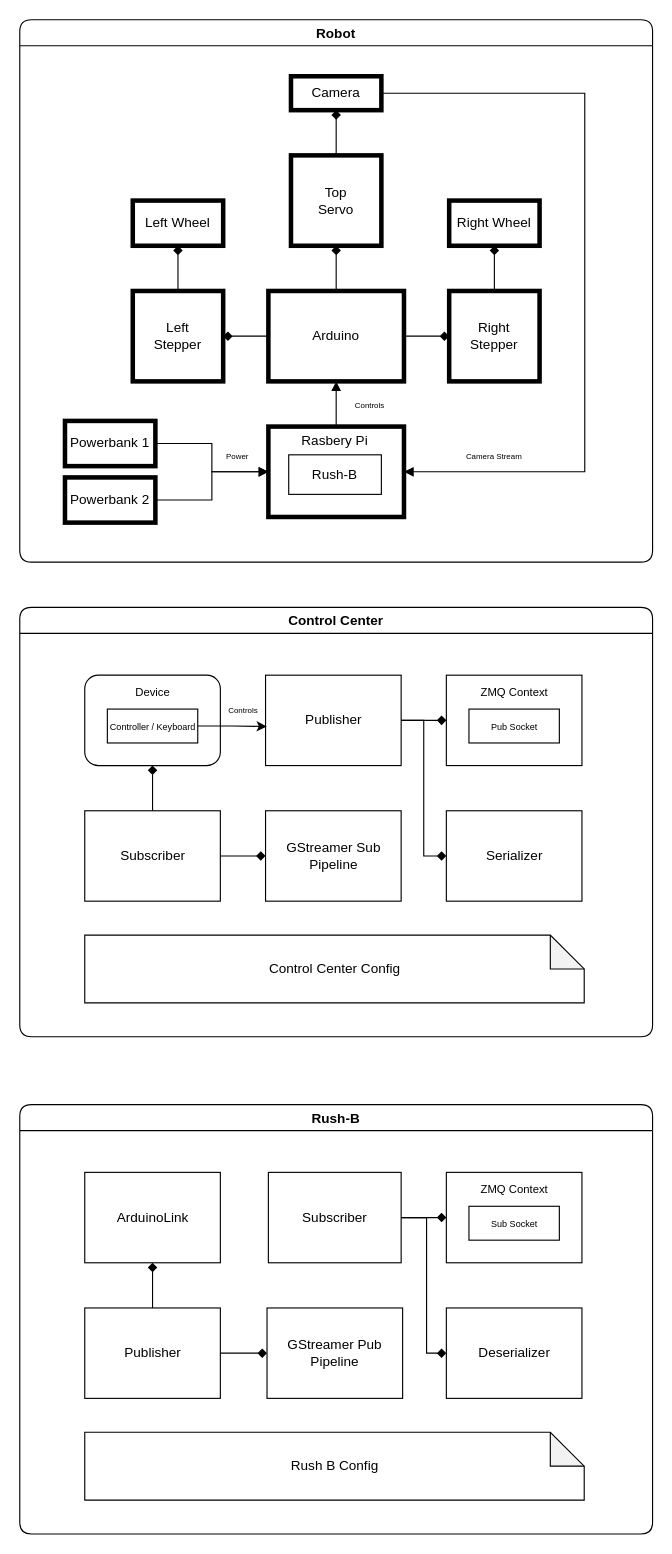
Earlier version of the draw.io diagram page "Architecture" (2 of 5) of docs/diagrams/Design.drawio (GjergjiSh/Rush-B). Source tidied: cells renumbered, new cells numbered last; positions are measured from the earlier drawing's top-left corner, leaving out a move shared by most shapes. Both pictures are drawn from the tidied source at 113%, with x=0, y=0 at pixel (19, 19).
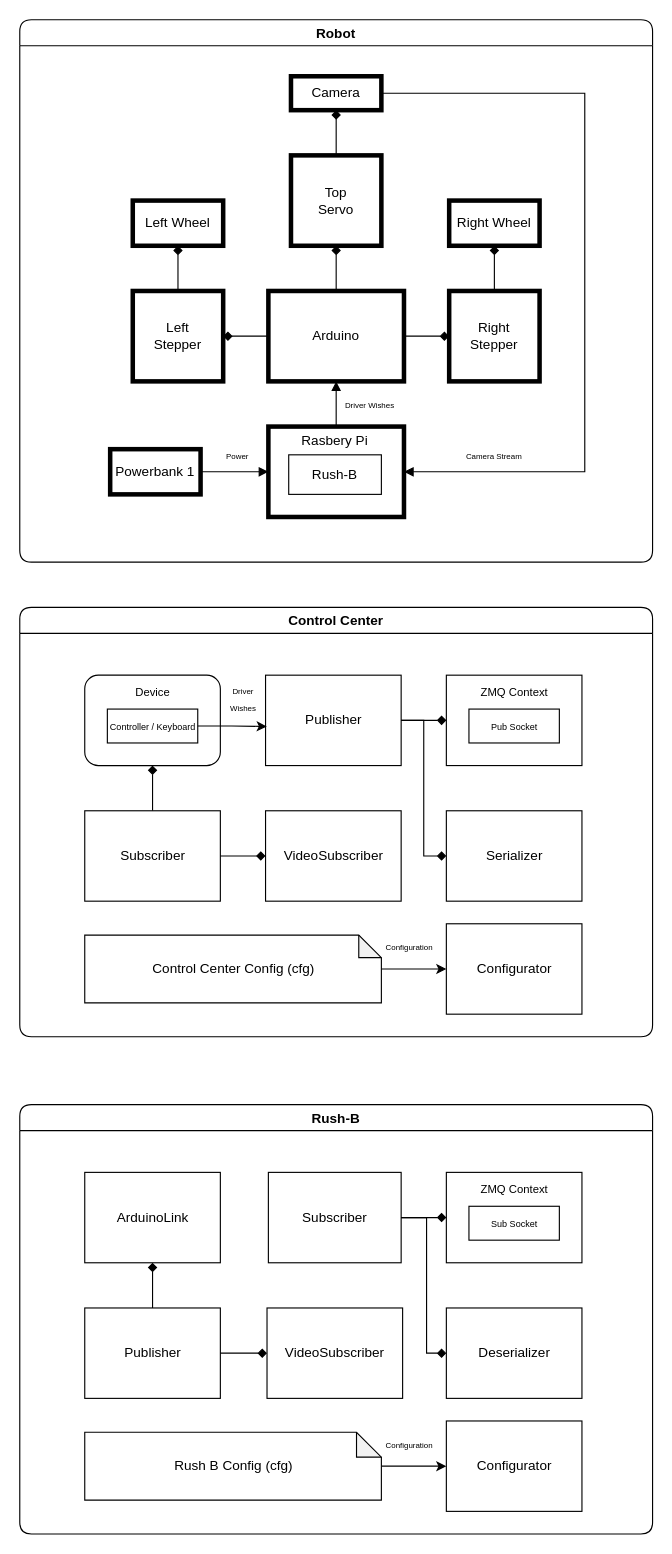
Above is the later version.

Unchanged cells that the change refers to:
```xml
<mxCell id="16" style="rounded=0;whiteSpace=wrap;html=1;strokeWidth=4;" parent="1" vertex="1">
  <mxGeometry x="220" y="360" width="120" height="80" as="geometry" />
</mxCell>
<mxCell id="20" value="Robot" style="swimlane;rounded=1;" parent="1" vertex="1">
  <mxGeometry width="560" height="480" as="geometry" />
</mxCell>
<mxCell id="28" value="Control Center" style="swimlane;rounded=1;" parent="1" vertex="1">
  <mxGeometry y="520" width="560" height="380" as="geometry" />
</mxCell>
<mxCell id="46" value="Rush-B" style="swimlane;rounded=1;" parent="1" vertex="1">
  <mxGeometry y="960" width="560" height="380" as="geometry" />
</mxCell>
```

Diff of the diagram source:
```diff
@@
-    <mxCell id="17" style="edgeStyle=orthogonalEdgeStyle;rounded=0;jettySize=auto;html=1;exitX=1;exitY=0.5;exitDx=0;exitDy=0;entryX=0;entryY=0.5;entryDx=0;entryDy=0;endArrow=block;endFill=1;" parent="1" edge="1" source="22" target="16">
-      <mxGeometry relative="1" as="geometry" />
-    </mxCell>
@@
     <mxCell id="21" value="Powerbank 1" style="rounded=0;whiteSpace=wrap;html=1;strokeWidth=4;" parent="20" vertex="1">
-      <mxGeometry x="40" y="355" width="80" height="40" as="geometry" />
+      <mxGeometry x="80" y="380" width="80" height="40" as="geometry" />
     </mxCell>
-    <mxCell id="22" value="Powerbank 2" style="rounded=0;whiteSpace=wrap;html=1;strokeWidth=4;" parent="20" vertex="1">
-      <mxGeometry x="40" y="405" width="80" height="40" as="geometry" />
-    </mxCell>
@@
-    <mxCell id="24" value="&lt;font style=&quot;font-size: 7px&quot;&gt;Controls&lt;/font&gt;" style="text;html=1;strokeColor=none;fillColor=none;align=center;verticalAlign=middle;whiteSpace=wrap;rounded=0;" parent="20" vertex="1">
+    <mxCell id="24" value="&lt;font style=&quot;font-size: 7px&quot;&gt;Driver Wishes&lt;/font&gt;" style="text;html=1;strokeColor=none;fillColor=none;align=center;verticalAlign=middle;whiteSpace=wrap;rounded=0;" parent="20" vertex="1">
       <mxGeometry x="270" y="330" width="80" height="20" as="geometry" />
     </mxCell>
@@
-    <mxCell id="42" value="GStreamer Sub Pipeline" style="rounded=0;whiteSpace=wrap;html=1;" parent="28" vertex="1">
+    <mxCell id="42" value="VideoSubscriber" style="rounded=0;whiteSpace=wrap;html=1;" parent="28" vertex="1">
       <mxGeometry x="217.5" y="180" width="120" height="80" as="geometry" />
     </mxCell>
@@
-    <mxCell id="44" value="&lt;font style=&quot;font-size: 7px&quot;&gt;Controls&lt;/font&gt;" style="text;html=1;strokeColor=none;fillColor=none;align=center;verticalAlign=middle;whiteSpace=wrap;rounded=0;" parent="28" vertex="1">
-      <mxGeometry x="157.5" y="80" width="80" height="20" as="geometry" />
+    <mxCell id="44" value="&lt;font style=&quot;font-size: 7px&quot;&gt;Driver&lt;br&gt;Wishes&lt;br&gt;&lt;/font&gt;" style="text;html=1;strokeColor=none;fillColor=none;align=center;verticalAlign=middle;whiteSpace=wrap;rounded=0;" parent="28" vertex="1">
+      <mxGeometry x="157.5" y="70" width="80" height="20" as="geometry" />
     </mxCell>
+    <mxCell id="60" style="edgeStyle=orthogonalEdgeStyle;rounded=0;jettySize=auto;html=1;entryX=0;entryY=0.5;entryDx=0;entryDy=0;" parent="28" edge="1" source="45" target="61">
+      <mxGeometry relative="1" as="geometry" />
+    </mxCell>
-    <mxCell id="45" value="Control Center Config" style="shape=note;whiteSpace=wrap;html=1;backgroundOutline=1;darkOpacity=0.05;rounded=0;" parent="28" vertex="1">
-      <mxGeometry x="57.5" y="290" width="442" height="60" as="geometry" />
+    <mxCell id="45" value="Control Center Config (cfg)" style="shape=note;whiteSpace=wrap;html=1;backgroundOutline=1;darkOpacity=0.05;rounded=0;size=20;" parent="28" vertex="1">
+      <mxGeometry x="57.5" y="290" width="262.5" height="60" as="geometry" />
     </mxCell>
+    <mxCell id="61" value="Configurator" style="rounded=0;whiteSpace=wrap;html=1;" parent="28" vertex="1">
+      <mxGeometry x="377.5" y="280" width="120" height="80" as="geometry" />
+    </mxCell>
+    <mxCell id="62" value="&lt;font style=&quot;font-size: 7px&quot;&gt;Configuration&lt;/font&gt;" style="text;html=1;strokeColor=none;fillColor=none;align=center;verticalAlign=middle;whiteSpace=wrap;rounded=0;" parent="28" vertex="1">
+      <mxGeometry x="330" y="290" width="30" height="20" as="geometry" />
+    </mxCell>
@@
-    <mxCell id="56" value="GStreamer Pub Pipeline" style="rounded=0;whiteSpace=wrap;html=1;" parent="46" vertex="1">
+    <mxCell id="56" value="VideoSubscriber" style="rounded=0;whiteSpace=wrap;html=1;" parent="46" vertex="1">
       <mxGeometry x="218.8" y="180" width="120" height="80" as="geometry" />
     </mxCell>
@@
+    <mxCell id="63" style="edgeStyle=orthogonalEdgeStyle;rounded=0;jettySize=auto;html=1;entryX=0;entryY=0.5;entryDx=0;entryDy=0;" parent="46" edge="1" source="58" target="64">
+      <mxGeometry relative="1" as="geometry" />
+    </mxCell>
-    <mxCell id="58" value="Rush B Config" style="shape=note;whiteSpace=wrap;html=1;backgroundOutline=1;darkOpacity=0.05;rounded=0;" parent="46" vertex="1">
-      <mxGeometry x="57.5" y="290" width="442" height="60" as="geometry" />
+    <mxCell id="58" value="Rush B Config (cfg)" style="shape=note;whiteSpace=wrap;html=1;backgroundOutline=1;darkOpacity=0.05;rounded=0;size=22;" parent="46" vertex="1">
+      <mxGeometry x="57.5" y="290" width="262.5" height="60" as="geometry" />
     </mxCell>
@@
+    <mxCell id="64" value="Configurator" style="rounded=0;whiteSpace=wrap;html=1;" parent="46" vertex="1">
+      <mxGeometry x="377.5" y="280" width="120" height="80" as="geometry" />
+    </mxCell>
+    <mxCell id="65" value="&lt;font style=&quot;font-size: 7px&quot;&gt;Configuration&lt;/font&gt;" style="text;html=1;strokeColor=none;fillColor=none;align=center;verticalAlign=middle;whiteSpace=wrap;rounded=0;" parent="1" vertex="1">
+      <mxGeometry x="330" y="1250" width="30" height="20" as="geometry" />
+    </mxCell>
```
